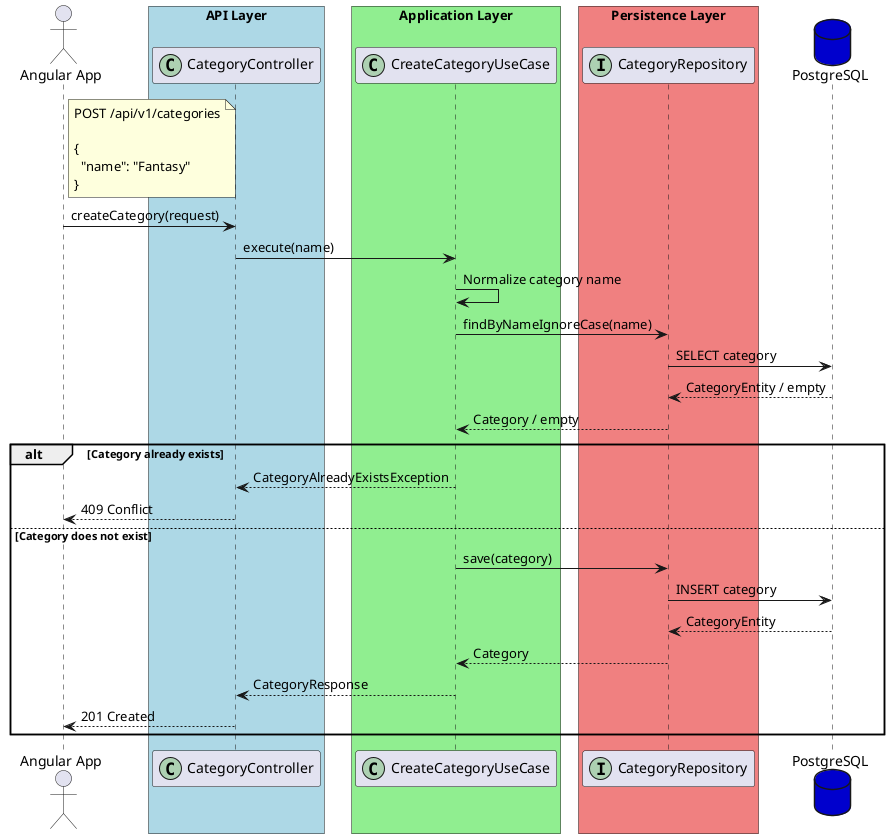
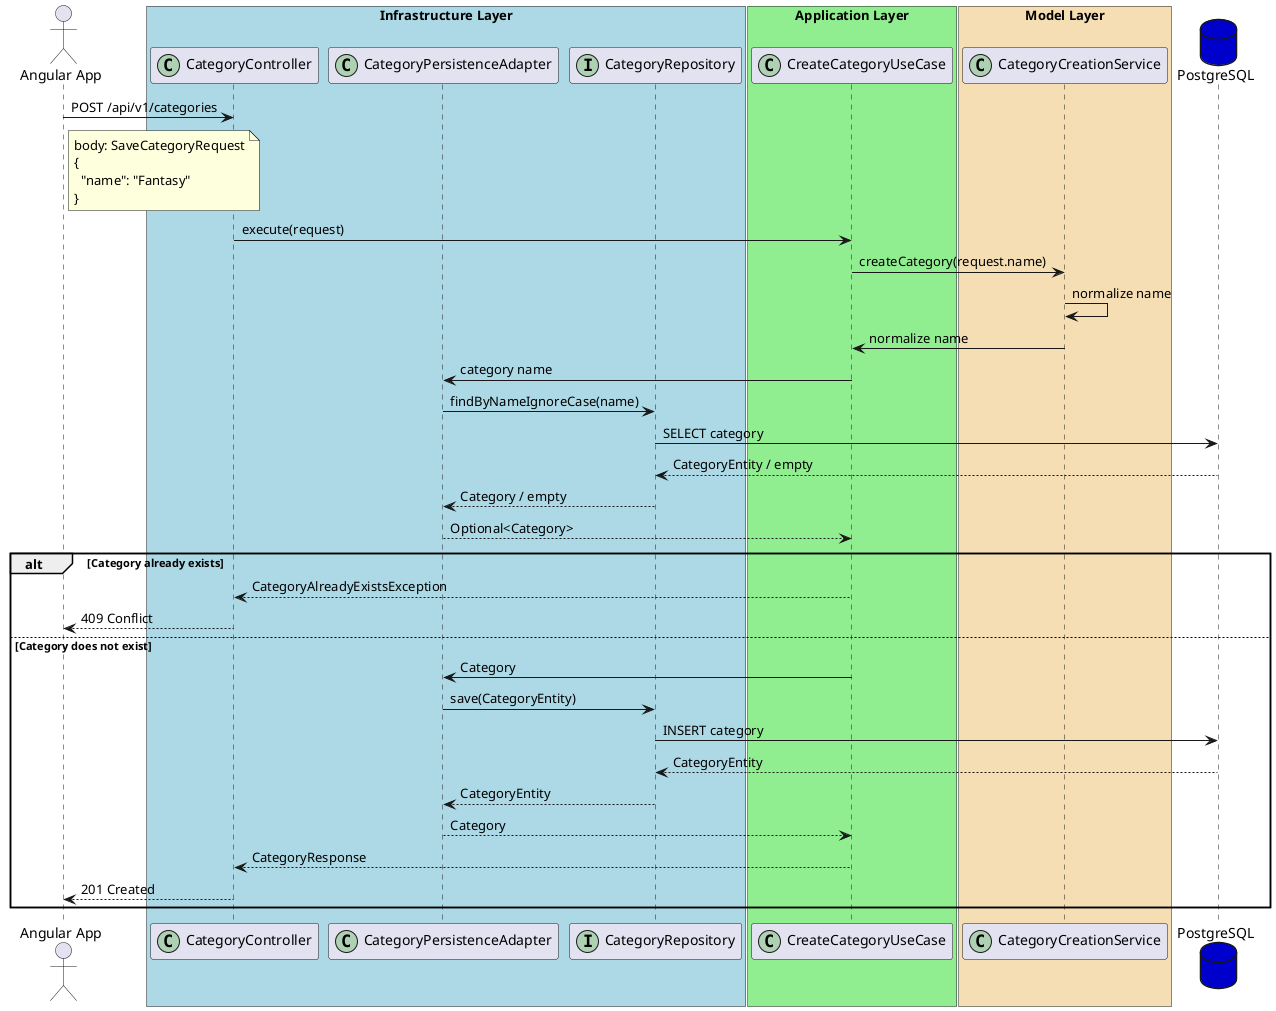
@startuml
actor user as "Angular App"

- box "API Layer" #LightBlue
+ box "Infrastructure Layer" #LightBlue
participant "CategoryController" as controller <<(C,#ADD1B2)>>
+ participant "CategoryPersistenceAdapter" as adapter <<(C,#ADD1B2)>>
+ participant "CategoryRepository" as repository <<(I,#ADD1B2)>>
end box

box "Application Layer" #LightGreen
participant "CreateCategoryUseCase" as usecase <<(C,#ADD1B2)>>
end box

- box "Persistence Layer" #LightCoral
- participant "CategoryRepository" as repository <<(I,#ADD1B2)>>
+ box "Model Layer" #Wheat
+ participant "CategoryCreationService" as service <<(C,#ADD1B2)>>
end box

database "PostgreSQL" as db #MediumBlue

+ user -> controller : POST /api/v1/categories
+ 
note right user
- POST /api/v1/categories
- 
+ body: SaveCategoryRequest
{
  "name": "Fantasy"
}
end note

- user -> controller : createCategory(request)
- controller -> usecase : execute(name)
+ controller -> usecase : execute(request)

- usecase -> usecase : Normalize category name
+ usecase -> service : createCategory(request.name)
+ service -> service : normalize name
+ service -> usecase : normalize name

- usecase -> repository : findByNameIgnoreCase(name)
+ usecase -> adapter : category name
+ adapter -> repository : findByNameIgnoreCase(name)
repository -> db : SELECT category
db --> repository : CategoryEntity / empty
- repository --> usecase : Category / empty
+ repository --> adapter : Category / empty
+ adapter --> usecase : Optional<Category>

alt Category already exists
    usecase --> controller : CategoryAlreadyExistsException
    controller --> user : 409 Conflict
else Category does not exist
-     usecase -> repository : save(category)
+     usecase -> adapter : Category
+     adapter -> repository : save(CategoryEntity)
    repository -> db : INSERT category
    db --> repository : CategoryEntity
-     repository --> usecase : Category
+     repository --> adapter : CategoryEntity
+     adapter --> usecase : Category

    usecase --> controller : CategoryResponse
    controller --> user : 201 Created
end

@enduml